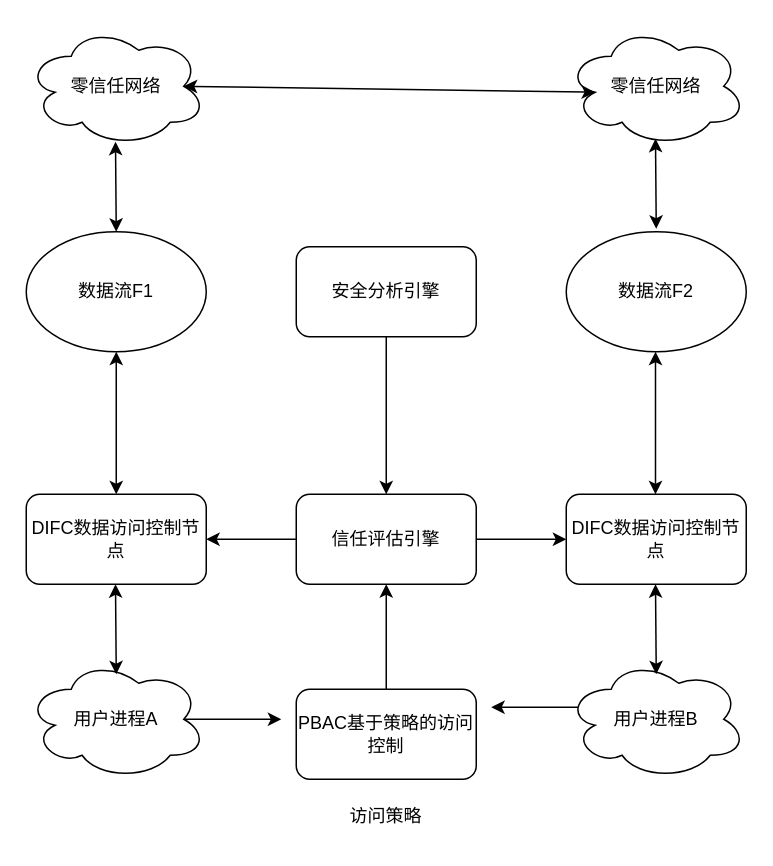
This is Untitled Diagram.drawio from ZhuShouCheng/ChatOnline, a draw.io file, before an edit. Source tidied: cells renumbered, new cells numbered last; positions are measured from the earlier drawing's top-left corner, leaving out a move shared by most shapes. Both pictures are drawn from the tidied source at 150%, with x=0, y=0 at pixel (26, 26).
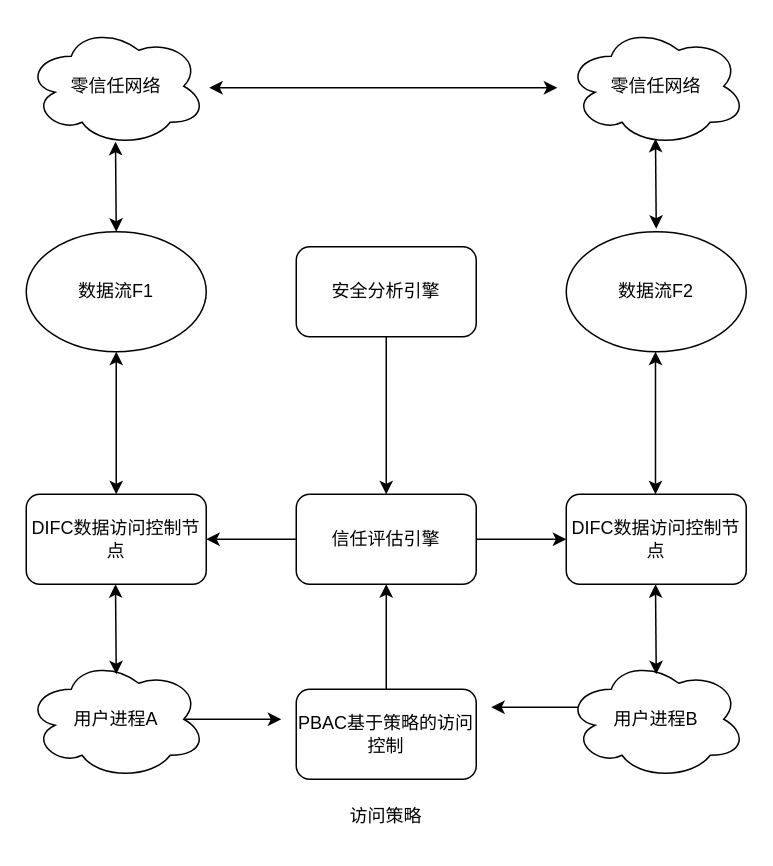
Above is the later version.

The change refers to these unchanged cells:
```xml
<mxCell id="22" value="零信任网络" style="ellipse;shape=cloud;whiteSpace=wrap;html=1;" parent="1" vertex="1">
  <mxGeometry width="120" height="80" as="geometry" />
</mxCell>
<mxCell id="23" value="零信任网络" style="ellipse;shape=cloud;whiteSpace=wrap;html=1;" parent="1" vertex="1">
  <mxGeometry x="360" width="120" height="80" as="geometry" />
</mxCell>
```

Diff of the diagram source:
```diff
@@
-    <mxCell id="26" style="endArrow=classic;startArrow=classic;html=1;rounded=0;exitX=0.875;exitY=0.5;exitDx=0;exitDy=0;exitPerimeter=0;entryX=0.16;entryY=0.55;entryDx=0;entryDy=0;entryPerimeter=0;" parent="1" edge="1" source="22" target="23">
-      <mxGeometry relative="1" as="geometry" />
-    </mxCell>
+    <mxCell id="27" style="endArrow=classic;startArrow=classic;html=1;rounded=0;" parent="1" edge="1">
+      <mxGeometry relative="1" as="geometry">
+        <mxPoint x="122" y="41" as="sourcePoint" />
+        <mxPoint x="354" y="41" as="targetPoint" />
+      </mxGeometry>
+    </mxCell>
```
